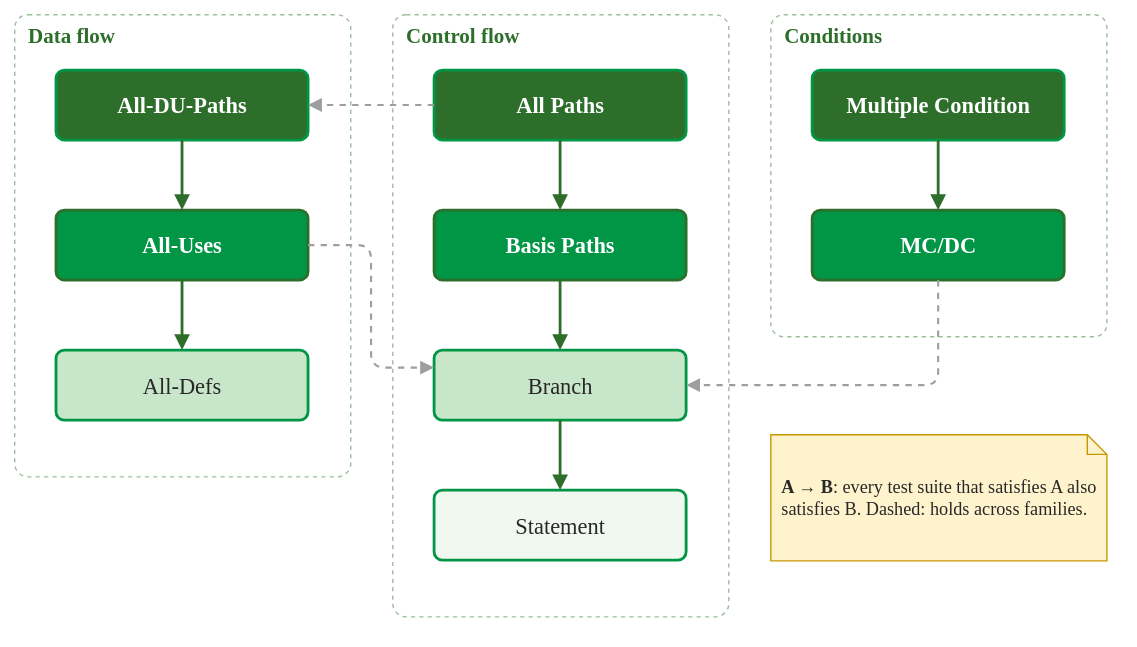
sqrbok/sqrbok-preview keeps this draw.io diagram as content/verif/coverage/subsumption-hierarchy.svg. Above is the earlier version. Source tidied: cells renumbered, new cells last; positions are measured from the earlier drawing's top-left corner, leaving out a move shared by most shapes. The source it was exported from:
```xml
<mxGraphModel>
  <root>
    <mxCell id="0" />
    <mxCell id="1" parent="0" />
    <mxCell id="2" value="Data flow" style="rounded=1;whiteSpace=wrap;html=1;arcSize=4;fillColor=none;strokeColor=#9bbf9b;dashed=1;verticalAlign=top;align=left;spacingLeft=8;fontColor=#2D6E2A;fontStyle=1;fontFamily=Tahoma;fontSize=15;" parent="1" vertex="1">
      <mxGeometry width="240" height="330" as="geometry" />
    </mxCell>
    <mxCell id="3" value="Control flow" style="rounded=1;whiteSpace=wrap;html=1;arcSize=4;fillColor=none;strokeColor=#9bbf9b;dashed=1;verticalAlign=top;align=left;spacingLeft=8;fontColor=#2D6E2A;fontStyle=1;fontFamily=Tahoma;fontSize=15;" parent="1" vertex="1">
      <mxGeometry x="270" width="240" height="430" as="geometry" />
    </mxCell>
    <mxCell id="4" value="Conditions" style="rounded=1;whiteSpace=wrap;html=1;arcSize=4;fillColor=none;strokeColor=#9bbf9b;dashed=1;verticalAlign=top;align=left;spacingLeft=8;fontColor=#2D6E2A;fontStyle=1;fontFamily=Tahoma;fontSize=15;" parent="1" vertex="1">
      <mxGeometry x="540" width="240" height="230" as="geometry" />
    </mxCell>
    <mxCell id="5" value="All-DU-Paths" style="rounded=1;whiteSpace=wrap;html=1;arcSize=12;fillColor=#2D6E2A;strokeColor=#019546;strokeWidth=2;fontColor=#FFFFFF;fontStyle=1;fontFamily=Tahoma;fontSize=16;" parent="1" vertex="1">
      <mxGeometry x="30" y="40" width="180" height="50" as="geometry" />
    </mxCell>
    <mxCell id="6" value="All-Uses" style="rounded=1;whiteSpace=wrap;html=1;arcSize=12;fillColor=#019546;strokeColor=#2D6E2A;strokeWidth=2;fontColor=#FFFFFF;fontStyle=1;fontFamily=Tahoma;fontSize=16;" parent="1" vertex="1">
      <mxGeometry x="30" y="140" width="180" height="50" as="geometry" />
    </mxCell>
    <mxCell id="7" value="All-Defs" style="rounded=1;whiteSpace=wrap;html=1;arcSize=12;fillColor=#c8e6c9;strokeColor=#019546;strokeWidth=2;fontColor=#282828;fontFamily=Tahoma;fontSize=16;" parent="1" vertex="1">
      <mxGeometry x="30" y="240" width="180" height="50" as="geometry" />
    </mxCell>
    <mxCell id="8" value="All Paths" style="rounded=1;whiteSpace=wrap;html=1;arcSize=12;fillColor=#2D6E2A;strokeColor=#019546;strokeWidth=2;fontColor=#FFFFFF;fontStyle=1;fontFamily=Tahoma;fontSize=16;" parent="1" vertex="1">
      <mxGeometry x="300" y="40" width="180" height="50" as="geometry" />
    </mxCell>
    <mxCell id="9" value="Basis Paths" style="rounded=1;whiteSpace=wrap;html=1;arcSize=12;fillColor=#019546;strokeColor=#2D6E2A;strokeWidth=2;fontColor=#FFFFFF;fontStyle=1;fontFamily=Tahoma;fontSize=16;" parent="1" vertex="1">
      <mxGeometry x="300" y="140" width="180" height="50" as="geometry" />
    </mxCell>
    <mxCell id="10" value="Branch" style="rounded=1;whiteSpace=wrap;html=1;arcSize=12;fillColor=#c8e6c9;strokeColor=#019546;strokeWidth=2;fontColor=#282828;fontFamily=Tahoma;fontSize=16;" parent="1" vertex="1">
      <mxGeometry x="300" y="240" width="180" height="50" as="geometry" />
    </mxCell>
    <mxCell id="11" value="Statement" style="rounded=1;whiteSpace=wrap;html=1;arcSize=12;fillColor=#f0f8f0;strokeColor=#019546;strokeWidth=2;fontColor=#282828;fontFamily=Tahoma;fontSize=16;" parent="1" vertex="1">
      <mxGeometry x="300" y="340" width="180" height="50" as="geometry" />
    </mxCell>
    <mxCell id="12" value="Multiple Condition" style="rounded=1;whiteSpace=wrap;html=1;arcSize=12;fillColor=#2D6E2A;strokeColor=#019546;strokeWidth=2;fontColor=#FFFFFF;fontStyle=1;fontFamily=Tahoma;fontSize=16;" parent="1" vertex="1">
      <mxGeometry x="570" y="40" width="180" height="50" as="geometry" />
    </mxCell>
    <mxCell id="13" value="MC/DC" style="rounded=1;whiteSpace=wrap;html=1;arcSize=12;fillColor=#019546;strokeColor=#2D6E2A;strokeWidth=2;fontColor=#FFFFFF;fontStyle=1;fontFamily=Tahoma;fontSize=16;" parent="1" vertex="1">
      <mxGeometry x="570" y="140" width="180" height="50" as="geometry" />
    </mxCell>
    <mxCell id="14" style="endArrow=block;endFill=1;strokeColor=#2D6E2A;strokeWidth=2;fontColor=#2D6E2A;fontFamily=Tahoma;fontSize=14;html=1;labelBackgroundColor=#FFFFFF;edgeStyle=orthogonalEdgeStyle;rounded=1;" parent="1" edge="1" source="5" target="6">
      <mxGeometry relative="1" as="geometry" />
    </mxCell>
    <mxCell id="15" style="endArrow=block;endFill=1;strokeColor=#2D6E2A;strokeWidth=2;fontColor=#2D6E2A;fontFamily=Tahoma;fontSize=14;html=1;labelBackgroundColor=#FFFFFF;edgeStyle=orthogonalEdgeStyle;rounded=1;" parent="1" edge="1" source="6" target="7">
      <mxGeometry relative="1" as="geometry" />
    </mxCell>
    <mxCell id="16" style="endArrow=block;endFill=1;strokeColor=#2D6E2A;strokeWidth=2;fontColor=#2D6E2A;fontFamily=Tahoma;fontSize=14;html=1;labelBackgroundColor=#FFFFFF;edgeStyle=orthogonalEdgeStyle;rounded=1;" parent="1" edge="1" source="8" target="9">
      <mxGeometry relative="1" as="geometry" />
    </mxCell>
    <mxCell id="17" style="endArrow=block;endFill=1;strokeColor=#2D6E2A;strokeWidth=2;fontColor=#2D6E2A;fontFamily=Tahoma;fontSize=14;html=1;labelBackgroundColor=#FFFFFF;edgeStyle=orthogonalEdgeStyle;rounded=1;" parent="1" edge="1" source="9" target="10">
      <mxGeometry relative="1" as="geometry" />
    </mxCell>
    <mxCell id="18" style="endArrow=block;endFill=1;strokeColor=#2D6E2A;strokeWidth=2;fontColor=#2D6E2A;fontFamily=Tahoma;fontSize=14;html=1;labelBackgroundColor=#FFFFFF;edgeStyle=orthogonalEdgeStyle;rounded=1;" parent="1" edge="1" source="10" target="11">
      <mxGeometry relative="1" as="geometry" />
    </mxCell>
    <mxCell id="19" style="endArrow=block;endFill=1;strokeColor=#2D6E2A;strokeWidth=2;fontColor=#2D6E2A;fontFamily=Tahoma;fontSize=14;html=1;labelBackgroundColor=#FFFFFF;edgeStyle=orthogonalEdgeStyle;rounded=1;" parent="1" edge="1" source="12" target="13">
      <mxGeometry relative="1" as="geometry" />
    </mxCell>
    <mxCell id="20" style="endArrow=block;endFill=1;strokeColor=#9e9e9e;strokeWidth=1.5;dashed=1;fontColor=#757575;fontFamily=Tahoma;fontSize=14;html=1;labelBackgroundColor=#FFFFFF;edgeStyle=orthogonalEdgeStyle;rounded=1;exitX=0;exitY=0.5;entryX=1;entryY=0.5;" parent="1" edge="1" source="8" target="5">
      <mxGeometry relative="1" as="geometry" />
    </mxCell>
    <mxCell id="21" style="endArrow=block;endFill=1;strokeColor=#9e9e9e;strokeWidth=1.5;dashed=1;fontColor=#757575;fontFamily=Tahoma;fontSize=14;html=1;labelBackgroundColor=#FFFFFF;edgeStyle=orthogonalEdgeStyle;rounded=1;exitX=1;exitY=0.5;entryX=0;entryY=0.25;" parent="1" edge="1" source="6" target="10">
      <mxGeometry relative="1" as="geometry">
        <Array as="points">
          <mxPoint x="255" y="165" />
          <mxPoint x="255" y="252" />
        </Array>
      </mxGeometry>
    </mxCell>
    <mxCell id="22" style="endArrow=block;endFill=1;strokeColor=#9e9e9e;strokeWidth=1.5;dashed=1;fontColor=#757575;fontFamily=Tahoma;fontSize=14;html=1;labelBackgroundColor=#FFFFFF;edgeStyle=orthogonalEdgeStyle;rounded=1;exitX=0.5;exitY=1;entryX=1;entryY=0.5;" parent="1" edge="1" source="13" target="10">
      <mxGeometry relative="1" as="geometry">
        <Array as="points">
          <mxPoint x="660" y="265" />
        </Array>
      </mxGeometry>
    </mxCell>
    <mxCell id="23" value="&lt;b&gt;A → B&lt;/b&gt;: every test suite that satisfies A also satisfies B. Dashed: holds across families." style="shape=note;whiteSpace=wrap;html=1;size=14;fillColor=#fff3cd;strokeColor=#c99700;fontColor=#282828;align=left;spacingLeft=6;fontFamily=Tahoma;fontSize=13;" parent="1" vertex="1">
      <mxGeometry x="540" y="300" width="240" height="90" as="geometry" />
    </mxCell>
  </root>
</mxGraphModel>
```
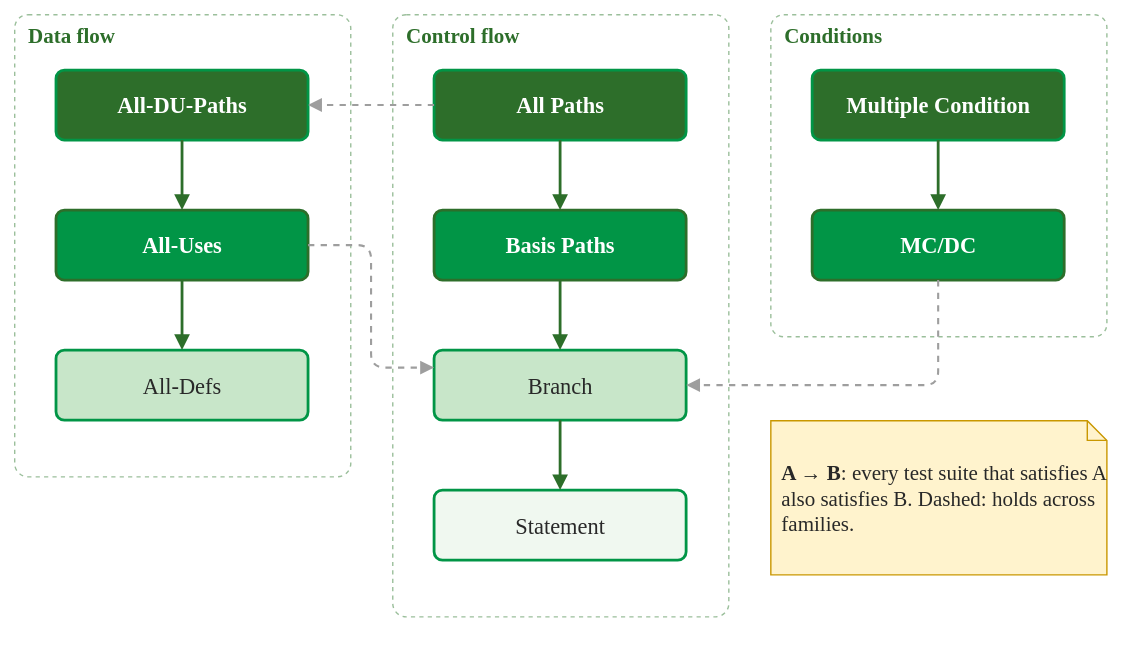
After the change.

What changed in the source:
```diff
@@ -74,8 +74,8 @@
         </Array>
       </mxGeometry>
     </mxCell>
-    <mxCell id="23" value="&lt;b&gt;A → B&lt;/b&gt;: every test suite that satisfies A also satisfies B. Dashed: holds across families." style="shape=note;whiteSpace=wrap;html=1;size=14;fillColor=#fff3cd;strokeColor=#c99700;fontColor=#282828;align=left;spacingLeft=6;fontFamily=Tahoma;fontSize=13;" parent="1" vertex="1">
-      <mxGeometry x="540" y="300" width="240" height="90" as="geometry" />
+    <mxCell id="23" value="&lt;b&gt;A → B&lt;/b&gt;: every test suite that satisfies A also satisfies B. Dashed: holds across families." style="shape=note;whiteSpace=wrap;html=1;size=14;fillColor=#fff3cd;strokeColor=#c99700;fontColor=#282828;align=left;spacingLeft=6;fontFamily=Tahoma;fontSize=15;" parent="1" vertex="1">
+      <mxGeometry x="540" y="290" width="240" height="110" as="geometry" />
     </mxCell>
   </root>
 </mxGraphModel>
```
